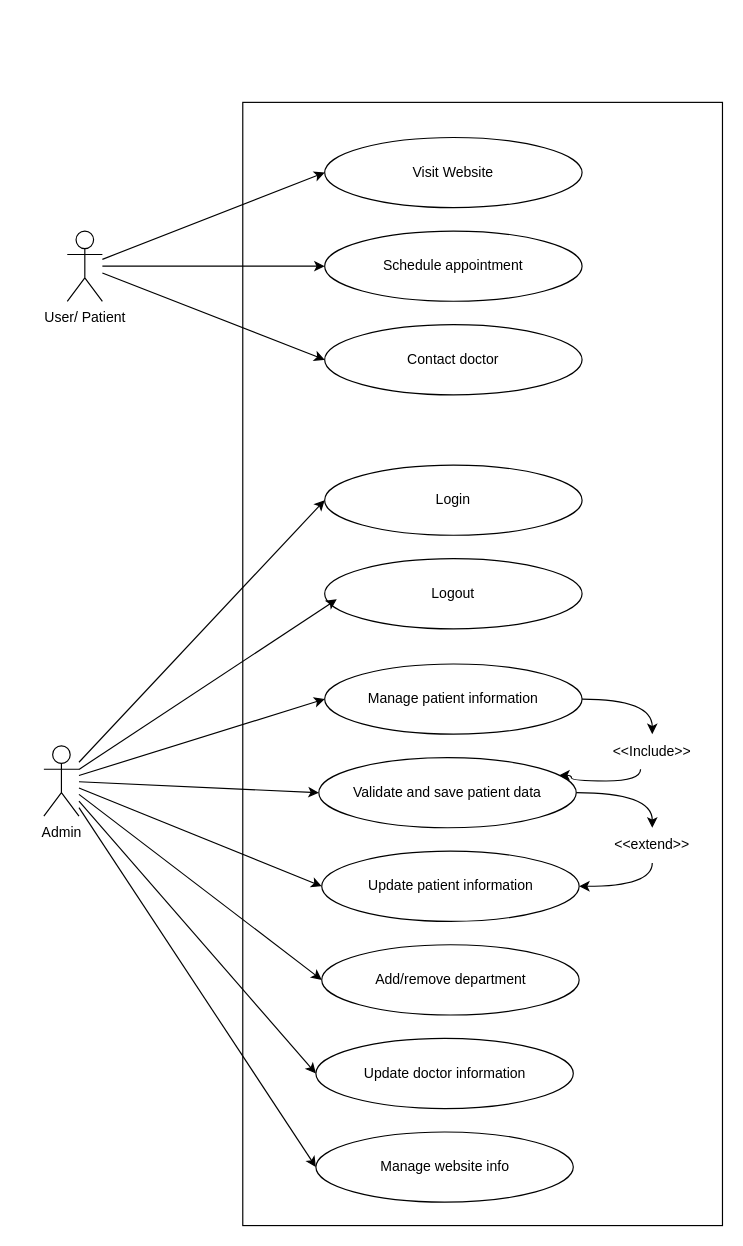
Before: page "Page-2" (2 of 2) of Sequence diagram.drawio in sumangopalani/firstrepo, a draw.io diagram. Source tidied: cells renumbered, new cells numbered last; positions are measured from the earlier drawing's top-left corner, leaving out a move shared by most shapes. Both pictures are drawn from the tidied source at 117%, with x=0, y=0 at pixel (43, 102).
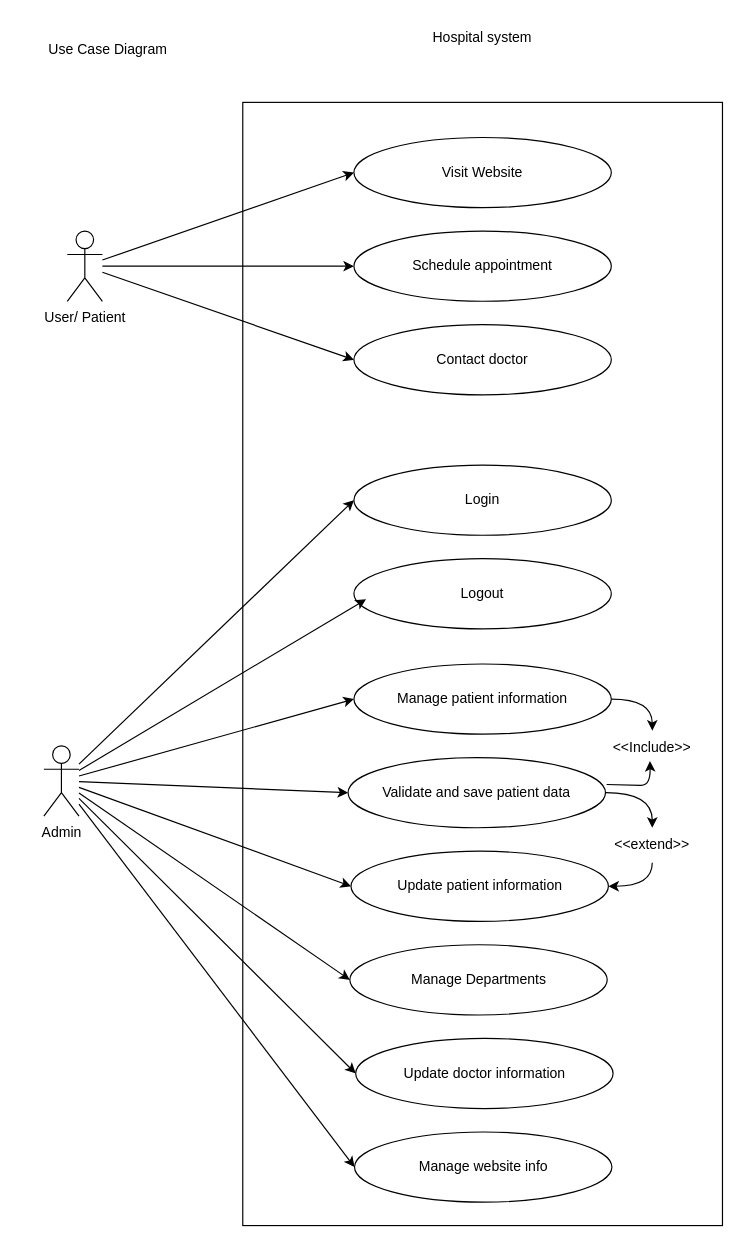
After the change.

Commit message:
Updateuse case diagram.drawio

What changed in the source:
```diff
@@
     <mxCell id="3" value="Visit Website" style="ellipse;whiteSpace=wrap;html=1;" parent="1" vertex="1">
-      <mxGeometry x="240" y="30" width="220" height="60" as="geometry" />
+      <mxGeometry x="265" y="30" width="220" height="60" as="geometry" />
     </mxCell>
     <mxCell id="4" value="Schedule appointment" style="ellipse;whiteSpace=wrap;html=1;" parent="1" vertex="1">
-      <mxGeometry x="240" y="110" width="220" height="60" as="geometry" />
+      <mxGeometry x="265" y="110" width="220" height="60" as="geometry" />
     </mxCell>
     <mxCell id="5" value="Contact doctor" style="ellipse;whiteSpace=wrap;html=1;" parent="1" vertex="1">
-      <mxGeometry x="240" y="190" width="220" height="60" as="geometry" />
+      <mxGeometry x="265" y="190" width="220" height="60" as="geometry" />
     </mxCell>
     <mxCell id="6" value="Login" style="ellipse;whiteSpace=wrap;html=1;" parent="1" vertex="1">
-      <mxGeometry x="240" y="310" width="220" height="60" as="geometry" />
+      <mxGeometry x="265" y="310" width="220" height="60" as="geometry" />
     </mxCell>
     <mxCell id="7" value="Logout" style="ellipse;whiteSpace=wrap;html=1;" parent="1" vertex="1">
-      <mxGeometry x="240" y="390" width="220" height="60" as="geometry" />
+      <mxGeometry x="265" y="390" width="220" height="60" as="geometry" />
     </mxCell>
     <mxCell id="8" value="Update patient information" style="ellipse;whiteSpace=wrap;html=1;" parent="1" vertex="1">
-      <mxGeometry x="237.5" y="640" width="220" height="60" as="geometry" />
+      <mxGeometry x="262.5" y="640" width="220" height="60" as="geometry" />
     </mxCell>
-    <mxCell id="9" value="Add/remove department" style="ellipse;whiteSpace=wrap;html=1;" parent="1" vertex="1">
-      <mxGeometry x="237.5" y="720" width="220" height="60" as="geometry" />
+    <mxCell id="9" value="Manage Departments" style="ellipse;whiteSpace=wrap;html=1;" parent="1" vertex="1">
+      <mxGeometry x="261.5" y="720" width="220" height="60" as="geometry" />
     </mxCell>
@@
     <mxCell id="22" value="Update doctor information" style="ellipse;whiteSpace=wrap;html=1;" parent="1" vertex="1">
-      <mxGeometry x="232.5" y="800" width="220" height="60" as="geometry" />
+      <mxGeometry x="266.5" y="800" width="220" height="60" as="geometry" />
     </mxCell>
     <mxCell id="23" value="Manage website info" style="ellipse;whiteSpace=wrap;html=1;" parent="1" vertex="1">
-      <mxGeometry x="232.5" y="880" width="220" height="60" as="geometry" />
+      <mxGeometry x="265.5" y="880" width="220" height="60" as="geometry" />
     </mxCell>
@@
     <mxCell id="25" value="Manage patient information" style="ellipse;whiteSpace=wrap;html=1;" parent="1" vertex="1">
-      <mxGeometry x="240" y="480" width="220" height="60" as="geometry" />
+      <mxGeometry x="265" y="480" width="220" height="60" as="geometry" />
     </mxCell>
@@
     <mxCell id="27" value="Validate and save patient data" style="ellipse;whiteSpace=wrap;html=1;" parent="1" vertex="1">
-      <mxGeometry x="235" y="560" width="220" height="60" as="geometry" />
+      <mxGeometry x="260" y="560" width="220" height="60" as="geometry" />
     </mxCell>
     <mxCell id="28" value="&amp;lt;&amp;lt;Include&amp;gt;&amp;gt;" style="text;html=1;align=center;verticalAlign=middle;whiteSpace=wrap;rounded=0;" parent="1" vertex="1">
-      <mxGeometry x="490" y="540" width="60" height="30" as="geometry" />
+      <mxGeometry x="490" y="537" width="60" height="30" as="geometry" />
     </mxCell>
@@
-    <mxCell id="31" style="edgeStyle=orthogonalEdgeStyle;rounded=0;jettySize=auto;html=1;entryX=0.934;entryY=0.252;entryDx=0;entryDy=0;entryPerimeter=0;curved=1;" parent="1" edge="1" source="28" target="27">
-      <mxGeometry relative="1" as="geometry">
-        <Array as="points">
-          <mxPoint x="510" y="580" />
-          <mxPoint x="451" y="580" />
-          <mxPoint x="451" y="575" />
-        </Array>
-      </mxGeometry>
-    </mxCell>
@@
+    <mxCell id="33" value="Hospital system" style="text;html=1;align=center;verticalAlign=middle;whiteSpace=wrap;rounded=0;" parent="1" vertex="1">
+      <mxGeometry x="300" y="-70" width="150" height="30" as="geometry" />
+    </mxCell>
+    <mxCell id="34" value="Use Case Diagram" style="text;html=1;align=center;verticalAlign=middle;whiteSpace=wrap;rounded=0;" parent="1" vertex="1">
+      <mxGeometry x="-20" y="-60" width="150" height="30" as="geometry" />
+    </mxCell>
+    <mxCell id="35" style="edgeStyle=orthogonalEdgeStyle;rounded=0;orthogonalLoop=1;jettySize=auto;html=1;exitX=0.5;exitY=1;exitDx=0;exitDy=0;curved=1;" parent="1" edge="1">
+      <mxGeometry relative="1" as="geometry">
+        <mxPoint x="481" y="583" as="sourcePoint" />
+        <mxPoint x="518" y="563" as="targetPoint" />
+      </mxGeometry>
+    </mxCell>
```
